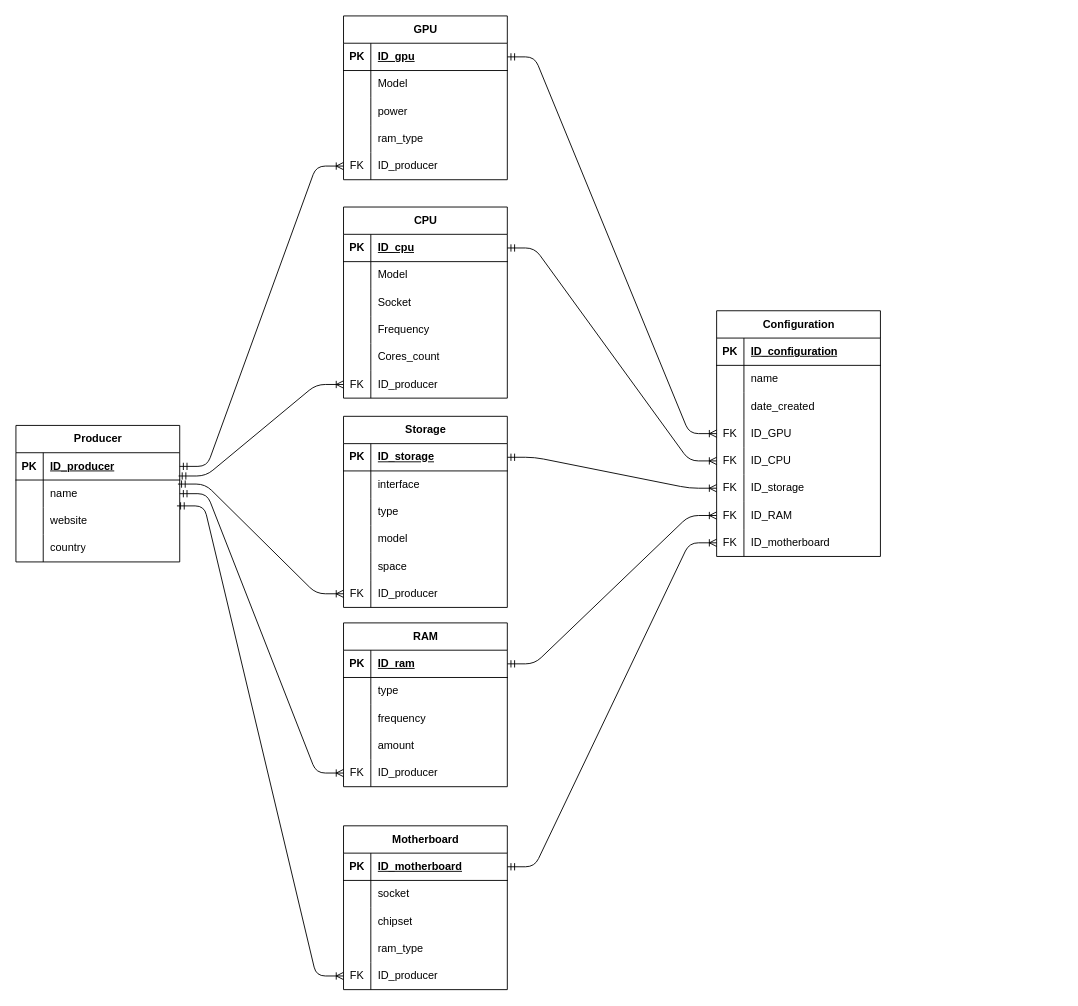
The draw.io diagram Диаграмма Мартина Герцик.drawio in Griger10/pc_configurator, before the edit. Source tidied: cells renumbered, new cells numbered last; positions are measured from the earlier drawing's top-left corner, leaving out a move shared by most shapes. Both pictures are drawn from the tidied source at 91%, with x=0, y=0 at pixel (15, 15).
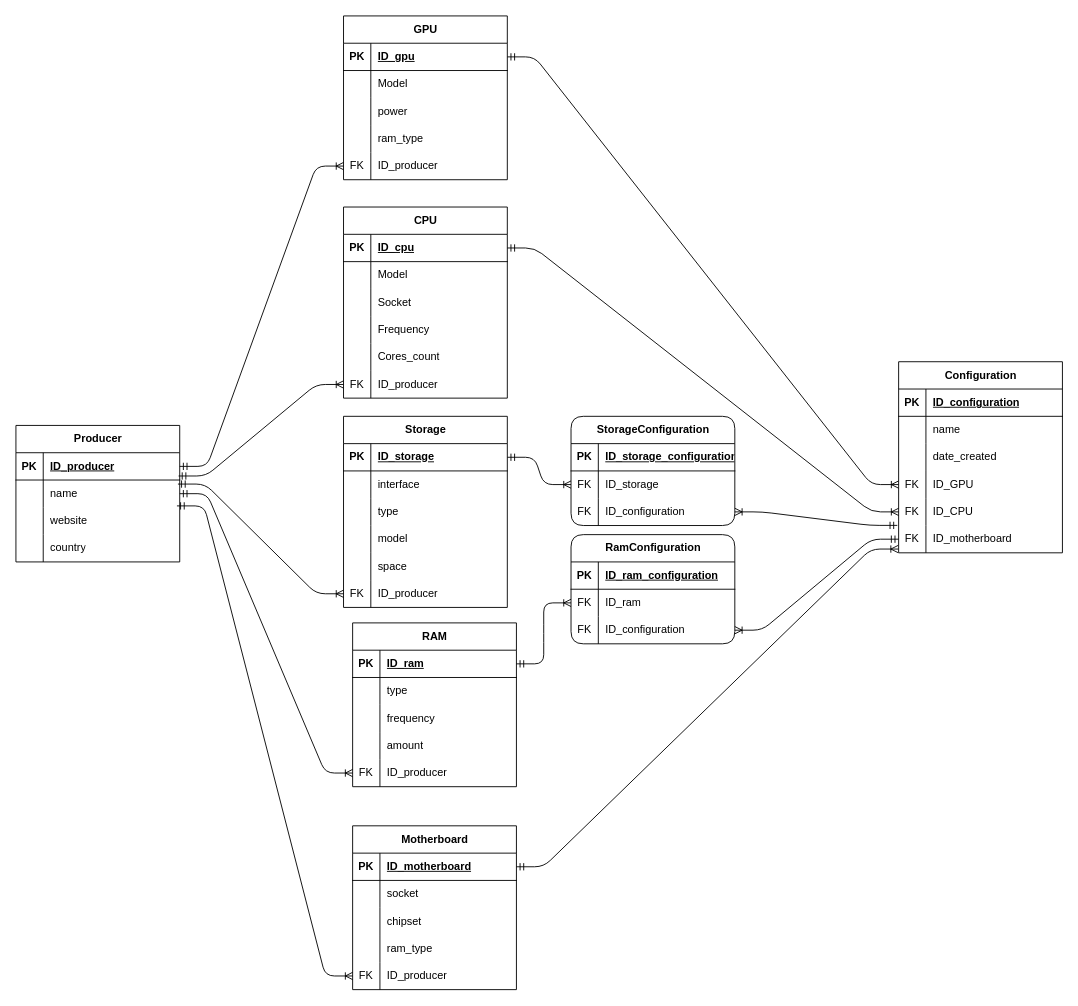
The same page after the edit.

Commit message:
Changed martin diagram

The change refers to these unchanged cells:
```xml
<mxCell id="51" style="shape=tableRow;horizontal=0;startSize=0;swimlaneHead=0;swimlaneBody=0;fillColor=none;points=[[0,0.5],[1,0.5]];portConstraint=eastwest;top=0;left=0;right=0;bottom=1;" parent="50" vertex="1">
  <mxGeometry y="30" width="180" height="30" as="geometry" />
</mxCell>
<mxCell id="70" style="shape=tableRow;horizontal=0;startSize=0;swimlaneHead=0;swimlaneBody=0;fillColor=none;points=[[0,0.5],[1,0.5]];portConstraint=eastwest;top=0;left=0;right=0;bottom=1;" parent="69" vertex="1">
  <mxGeometry y="30" width="180" height="30" as="geometry" />
</mxCell>
<mxCell id="86" style="shape=tableRow;horizontal=0;startSize=0;swimlaneHead=0;swimlaneBody=0;fillColor=none;points=[[0,0.5],[1,0.5]];portConstraint=eastwest;top=0;left=0;right=0;bottom=1;" parent="85" vertex="1">
  <mxGeometry y="30" width="180" height="30" as="geometry" />
</mxCell>
```

The edit, as a diff of the source:
```diff
@@
     <mxCell id="69" value="RAM" style="shape=table;startSize=30;childLayout=tableLayout;rowLines=0;fontStyle=1;align=center;html=1;" parent="1" vertex="1">
-      <mxGeometry x="360" y="667" width="180" height="180" as="geometry" />
+      <mxGeometry x="370" y="667" width="180" height="180" as="geometry" />
     </mxCell>
@@
     <mxCell id="85" value="Motherboard" style="shape=table;startSize=30;childLayout=tableLayout;rowLines=0;fontStyle=1;align=center;html=1;" parent="1" vertex="1">
-      <mxGeometry x="360" y="890" width="180" height="180" as="geometry" />
+      <mxGeometry x="370" y="890" width="180" height="180" as="geometry" />
     </mxCell>
@@
     <mxCell id="106" value="Configuration" style="shape=table;startSize=30;childLayout=tableLayout;rowLines=0;fontStyle=1;align=center;html=1;" parent="1" vertex="1">
-      <mxGeometry x="770" y="324" width="180" height="270" as="geometry" />
+      <mxGeometry x="970" y="380" width="180" height="210" as="geometry" />
     </mxCell>
@@
-    <mxCell id="122" style="shape=tableRow;horizontal=0;startSize=0;swimlaneHead=0;swimlaneBody=0;fillColor=none;points=[[0,0.5],[1,0.5]];portConstraint=eastwest;top=0;left=0;right=0;bottom=0;" parent="106" vertex="1">
-      <mxGeometry y="180" width="180" height="30" as="geometry" />
-    </mxCell>
-    <mxCell id="123" value="FK" style="shape=partialRectangle;fillColor=none;top=0;left=0;bottom=0;right=0;overflow=hidden;whiteSpace=wrap;html=1;" parent="122" vertex="1">
-      <mxGeometry width="30" height="30" as="geometry" />
-    </mxCell>
-    <mxCell id="124" value="ID_storage" style="shape=partialRectangle;fillColor=none;top=0;left=0;bottom=0;right=0;align=left;spacingLeft=6;overflow=hidden;whiteSpace=wrap;html=1;" parent="122" vertex="1">
-      <mxGeometry x="30" width="150" height="30" as="geometry" />
-    </mxCell>
-    <mxCell id="125" style="shape=tableRow;horizontal=0;startSize=0;swimlaneHead=0;swimlaneBody=0;fillColor=none;points=[[0,0.5],[1,0.5]];portConstraint=eastwest;top=0;left=0;right=0;bottom=0;" parent="106" vertex="1">
-      <mxGeometry y="210" width="180" height="30" as="geometry" />
-    </mxCell>
-    <mxCell id="126" value="FK" style="shape=partialRectangle;fillColor=none;top=0;left=0;bottom=0;right=0;overflow=hidden;whiteSpace=wrap;html=1;" parent="125" vertex="1">
-      <mxGeometry width="30" height="30" as="geometry" />
-    </mxCell>
-    <mxCell id="127" value="ID_RAM" style="shape=partialRectangle;fillColor=none;top=0;left=0;bottom=0;right=0;align=left;spacingLeft=6;overflow=hidden;whiteSpace=wrap;html=1;" parent="125" vertex="1">
-      <mxGeometry x="30" width="150" height="30" as="geometry" />
-    </mxCell>
     <mxCell id="128" style="shape=tableRow;horizontal=0;startSize=0;swimlaneHead=0;swimlaneBody=0;fillColor=none;points=[[0,0.5],[1,0.5]];portConstraint=eastwest;top=0;left=0;right=0;bottom=0;" parent="106" vertex="1">
-      <mxGeometry y="240" width="180" height="30" as="geometry" />
+      <mxGeometry y="180" width="180" height="30" as="geometry" />
     </mxCell>
@@
-    <mxCell id="133" style="edgeStyle=entityRelationEdgeStyle;fontSize=12;html=1;endArrow=ERoneToMany;startArrow=ERmandOne;rounded=1;entryX=0;entryY=0.5;entryDx=0;entryDy=0;curved=0;exitX=1;exitY=0.5;exitDx=0;exitDy=0;" parent="1" edge="1" source="51" target="122">
-      <mxGeometry relative="1" as="geometry" />
-    </mxCell>
-    <mxCell id="134" style="edgeStyle=entityRelationEdgeStyle;fontSize=12;html=1;endArrow=ERoneToMany;startArrow=ERmandOne;rounded=1;entryX=0;entryY=0.5;entryDx=0;entryDy=0;curved=0;exitX=1;exitY=0.5;exitDx=0;exitDy=0;" parent="1" edge="1" source="70" target="125">
-      <mxGeometry relative="1" as="geometry" />
-    </mxCell>
-    <mxCell id="135" style="edgeStyle=entityRelationEdgeStyle;fontSize=12;html=1;endArrow=ERoneToMany;startArrow=ERmandOne;rounded=1;entryX=0;entryY=0.5;entryDx=0;entryDy=0;curved=0;exitX=1;exitY=0.5;exitDx=0;exitDy=0;" parent="1" edge="1" source="86" target="128">
+    <mxCell id="135" style="edgeStyle=entityRelationEdgeStyle;fontSize=12;html=1;endArrow=ERoneToMany;startArrow=ERmandOne;rounded=1;entryX=-0.003;entryY=0.862;entryDx=0;entryDy=0;curved=0;exitX=1;exitY=0.5;exitDx=0;exitDy=0;entryPerimeter=0;" parent="1" edge="1" source="86" target="128">
       <mxGeometry relative="1" as="geometry" />
     </mxCell>
+    <mxCell id="136" value="StorageConfiguration" style="shape=table;startSize=30;childLayout=tableLayout;rowLines=0;fontStyle=1;align=center;html=1;rounded=1;" parent="1" vertex="1">
+      <mxGeometry x="610" y="440" width="180" height="120" as="geometry" />
+    </mxCell>
+    <mxCell id="137" style="shape=tableRow;horizontal=0;startSize=0;swimlaneHead=0;swimlaneBody=0;fillColor=none;top=0;left=0;right=0;bottom=1;" parent="136" vertex="1">
+      <mxGeometry y="30" width="180" height="30" as="geometry" />
+    </mxCell>
+    <mxCell id="138" value="PK" style="shape=partialRectangle;fillColor=none;top=0;left=0;bottom=0;right=0;fontStyle=1;overflow=hidden;whiteSpace=wrap;html=1;" parent="137" vertex="1">
+      <mxGeometry width="30" height="30" as="geometry" />
+    </mxCell>
+    <mxCell id="139" value="ID_storage_configuration" style="shape=partialRectangle;fillColor=none;top=0;left=0;bottom=0;right=0;align=left;spacingLeft=6;fontStyle=5;overflow=hidden;whiteSpace=wrap;html=1;" parent="137" vertex="1">
+      <mxGeometry x="30" width="150" height="30" as="geometry" />
+    </mxCell>
+    <mxCell id="140" style="shape=tableRow;horizontal=0;startSize=0;swimlaneHead=0;swimlaneBody=0;fillColor=none;points=[[0,0.5],[1,0.5]];portConstraint=eastwest;top=0;left=0;right=0;bottom=0;" parent="136" vertex="1">
+      <mxGeometry y="60" width="180" height="30" as="geometry" />
+    </mxCell>
+    <mxCell id="141" value="FK" style="shape=partialRectangle;fillColor=none;top=0;left=0;bottom=0;right=0;overflow=hidden;whiteSpace=wrap;html=1;" parent="140" vertex="1">
+      <mxGeometry width="30" height="30" as="geometry" />
+    </mxCell>
+    <mxCell id="124" value="ID_storage" style="shape=partialRectangle;fillColor=none;top=0;left=0;bottom=0;right=0;align=left;spacingLeft=6;overflow=hidden;whiteSpace=wrap;html=1;" parent="140" vertex="1">
+      <mxGeometry x="30" width="150" height="30" as="geometry" />
+    </mxCell>
+    <mxCell id="142" style="shape=tableRow;horizontal=0;startSize=0;swimlaneHead=0;swimlaneBody=0;fillColor=none;points=[[0,0.5],[1,0.5]];portConstraint=eastwest;top=0;left=0;right=0;bottom=0;" parent="136" vertex="1">
+      <mxGeometry y="90" width="180" height="30" as="geometry" />
+    </mxCell>
+    <mxCell id="143" value="FK" style="shape=partialRectangle;fillColor=none;top=0;left=0;bottom=0;right=0;overflow=hidden;whiteSpace=wrap;html=1;" parent="142" vertex="1">
+      <mxGeometry width="30" height="30" as="geometry" />
+    </mxCell>
+    <mxCell id="144" value="ID_configuration" style="shape=partialRectangle;fillColor=none;top=0;left=0;bottom=0;right=0;align=left;spacingLeft=6;overflow=hidden;whiteSpace=wrap;html=1;" parent="142" vertex="1">
+      <mxGeometry x="30" width="150" height="30" as="geometry" />
+    </mxCell>
+    <mxCell id="145" style="edgeStyle=entityRelationEdgeStyle;fontSize=12;html=1;endArrow=ERoneToMany;startArrow=ERmandOne;rounded=1;entryX=0;entryY=0.5;entryDx=0;entryDy=0;curved=0;exitX=1;exitY=0.5;exitDx=0;exitDy=0;" parent="1" edge="1" source="51" target="140">
+      <mxGeometry relative="1" as="geometry" />
+    </mxCell>
+    <mxCell id="146" style="edgeStyle=entityRelationEdgeStyle;fontSize=12;html=1;endArrow=ERoneToMany;startArrow=ERmandOne;rounded=1;curved=0;entryX=1;entryY=0.5;entryDx=0;entryDy=0;exitX=-0.008;exitY=-0.005;exitDx=0;exitDy=0;exitPerimeter=0;" parent="1" edge="1" source="128" target="142">
+      <mxGeometry relative="1" as="geometry" />
+    </mxCell>
+    <mxCell id="147" value="RamConfiguration" style="shape=table;startSize=30;childLayout=tableLayout;rowLines=0;fontStyle=1;align=center;html=1;rounded=1;" parent="1" vertex="1">
+      <mxGeometry x="610" y="570" width="180" height="120" as="geometry" />
+    </mxCell>
+    <mxCell id="148" style="shape=tableRow;horizontal=0;startSize=0;swimlaneHead=0;swimlaneBody=0;fillColor=none;top=0;left=0;right=0;bottom=1;" parent="147" vertex="1">
+      <mxGeometry y="30" width="180" height="30" as="geometry" />
+    </mxCell>
+    <mxCell id="149" value="PK" style="shape=partialRectangle;fillColor=none;top=0;left=0;bottom=0;right=0;fontStyle=1;overflow=hidden;whiteSpace=wrap;html=1;" parent="148" vertex="1">
+      <mxGeometry width="30" height="30" as="geometry" />
+    </mxCell>
+    <mxCell id="150" value="ID_ram_configuration" style="shape=partialRectangle;fillColor=none;top=0;left=0;bottom=0;right=0;align=left;spacingLeft=6;fontStyle=5;overflow=hidden;whiteSpace=wrap;html=1;" parent="148" vertex="1">
+      <mxGeometry x="30" width="150" height="30" as="geometry" />
+    </mxCell>
+    <mxCell id="151" style="shape=tableRow;horizontal=0;startSize=0;swimlaneHead=0;swimlaneBody=0;fillColor=none;points=[[0,0.5],[1,0.5]];portConstraint=eastwest;top=0;left=0;right=0;bottom=0;" parent="147" vertex="1">
+      <mxGeometry y="60" width="180" height="30" as="geometry" />
+    </mxCell>
+    <mxCell id="152" value="FK" style="shape=partialRectangle;fillColor=none;top=0;left=0;bottom=0;right=0;overflow=hidden;whiteSpace=wrap;html=1;" parent="151" vertex="1">
+      <mxGeometry width="30" height="30" as="geometry" />
+    </mxCell>
+    <mxCell id="153" value="ID_ram" style="shape=partialRectangle;fillColor=none;top=0;left=0;bottom=0;right=0;align=left;spacingLeft=6;overflow=hidden;whiteSpace=wrap;html=1;" parent="151" vertex="1">
+      <mxGeometry x="30" width="150" height="30" as="geometry" />
+    </mxCell>
+    <mxCell id="154" style="shape=tableRow;horizontal=0;startSize=0;swimlaneHead=0;swimlaneBody=0;fillColor=none;points=[[0,0.5],[1,0.5]];portConstraint=eastwest;top=0;left=0;right=0;bottom=0;" parent="147" vertex="1">
+      <mxGeometry y="90" width="180" height="30" as="geometry" />
+    </mxCell>
+    <mxCell id="155" value="FK" style="shape=partialRectangle;fillColor=none;top=0;left=0;bottom=0;right=0;overflow=hidden;whiteSpace=wrap;html=1;" parent="154" vertex="1">
+      <mxGeometry width="30" height="30" as="geometry" />
+    </mxCell>
+    <mxCell id="156" value="ID_configuration" style="shape=partialRectangle;fillColor=none;top=0;left=0;bottom=0;right=0;align=left;spacingLeft=6;overflow=hidden;whiteSpace=wrap;html=1;" parent="154" vertex="1">
+      <mxGeometry x="30" width="150" height="30" as="geometry" />
+    </mxCell>
+    <mxCell id="157" style="edgeStyle=entityRelationEdgeStyle;fontSize=12;html=1;endArrow=ERoneToMany;startArrow=ERmandOne;rounded=1;entryX=0;entryY=0.5;entryDx=0;entryDy=0;curved=0;exitX=1;exitY=0.5;exitDx=0;exitDy=0;" parent="1" edge="1" source="70" target="151">
+      <mxGeometry relative="1" as="geometry" />
+    </mxCell>
+    <mxCell id="158" style="edgeStyle=entityRelationEdgeStyle;fontSize=12;html=1;endArrow=ERoneToMany;startArrow=ERmandOne;rounded=1;entryX=1;entryY=0.5;entryDx=0;entryDy=0;curved=0;exitX=0;exitY=0.5;exitDx=0;exitDy=0;" parent="1" edge="1" source="128" target="154">
+      <mxGeometry relative="1" as="geometry" />
+    </mxCell>
```
